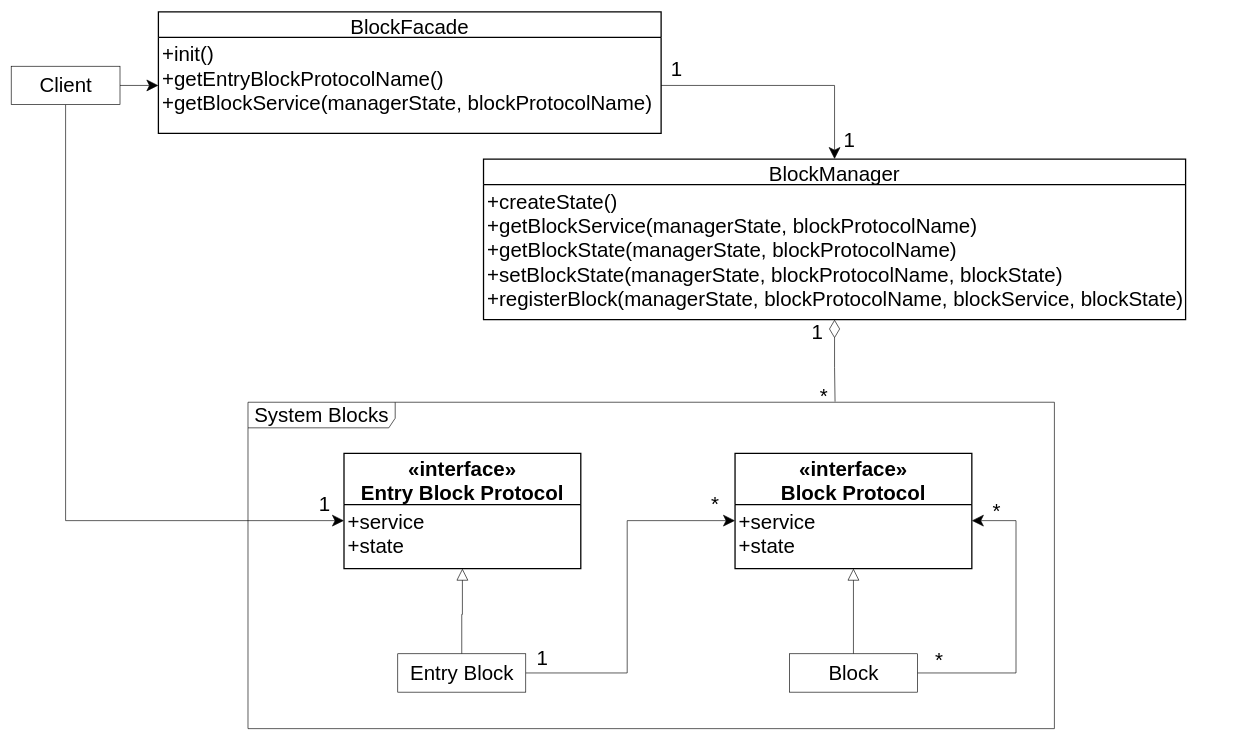
Before: packages/积木模式/role_abstract/UML.drawio in yyc-git/3DProgramPattern, a draw.io diagram. Source tidied: cells renumbered, new cells numbered last; positions are measured from the earlier drawing's top-left corner, leaving out a move shared by most shapes. Both pictures are drawn from the tidied source at 64%, with x=0, y=0 at pixel (11, 12).
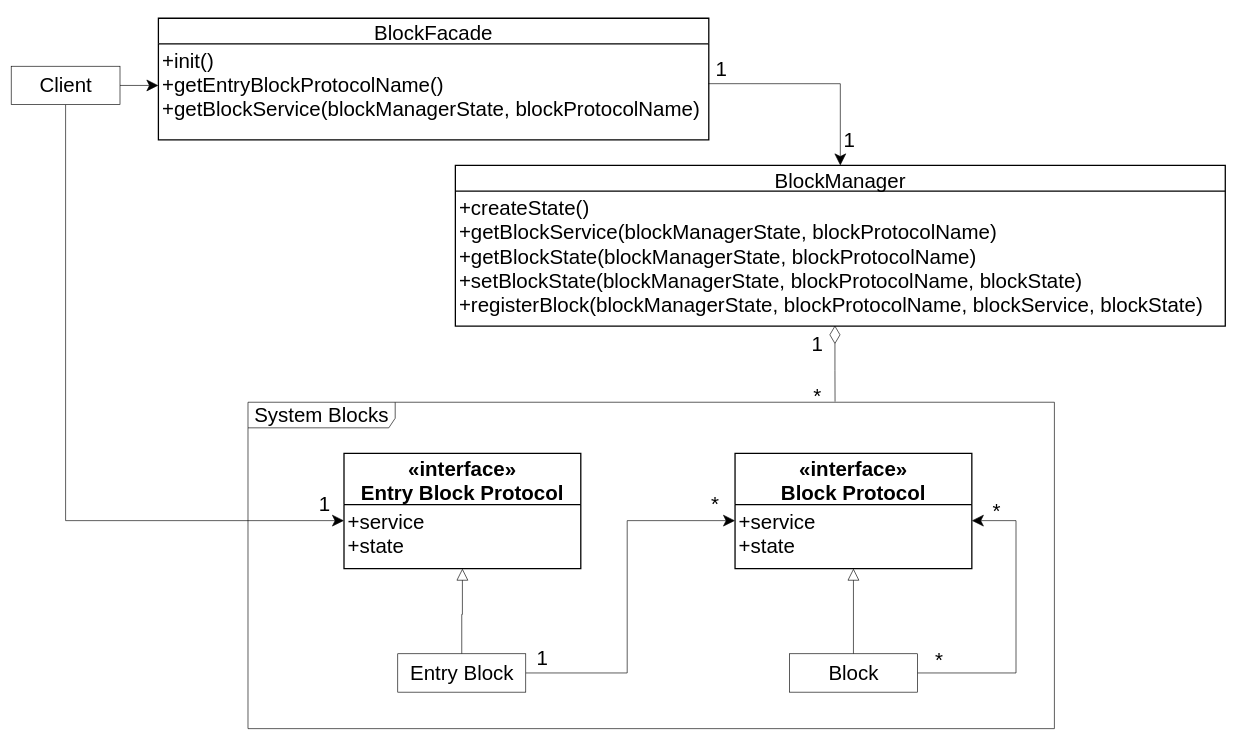
After the change.

Unchanged cells that the change refers to:
```xml
<mxCell id="2" value="&lt;font style=&quot;font-size: 32px&quot;&gt;System Blocks&lt;/font&gt;" style="shape=umlFrame;whiteSpace=wrap;html=1;width=230;height=40;fontSize=32;" parent="1" vertex="1">
  <mxGeometry x="370" y="610" width="1260" height="510" as="geometry" />
</mxCell>
<mxCell id="5" value="Client" style="html=1;fontSize=32;" parent="1" vertex="1">
  <mxGeometry y="85" width="170" height="60" as="geometry" />
</mxCell>
```

What changed in the source:
```diff
@@
+    <mxCell id="19" value="BlockFacade" style="swimlane;horizontal=1;startSize=40;rounded=0;fontSize=32;fontStyle=0;strokeWidth=2;shadow=0;dashed=0;align=center;" parent="1" vertex="1">
+      <mxGeometry x="230" y="10" width="860" height="190" as="geometry" />
+    </mxCell>
+    <mxCell id="31" value="+init()&#10;+getEntryBlockProtocolName()&#10;+getBlockService(blockManagerState, blockProtocolName)&#10;" style="align=left;strokeColor=none;fillColor=none;spacingLeft=4;fontSize=32;verticalAlign=top;" parent="19" vertex="1">
+      <mxGeometry y="40" width="860" height="150" as="geometry" />
+    </mxCell>
@@
-    <mxCell id="3" style="edgeStyle=orthogonalEdgeStyle;rounded=0;jettySize=auto;html=1;startSize=16;endSize=16;" parent="1" edge="1" source="5" target="20">
-      <mxGeometry relative="1" as="geometry" />
+    <mxCell id="3" style="edgeStyle=orthogonalEdgeStyle;rounded=0;jettySize=auto;html=1;startSize=16;endSize=16;" parent="1" edge="1" source="5">
+      <mxGeometry relative="1" as="geometry">
+        <mxPoint x="230" y="115" as="targetPoint" />
+      </mxGeometry>
     </mxCell>
@@
-    <mxCell id="9" value="BlockManager" style="swimlane;horizontal=1;startSize=40;rounded=0;fontSize=32;fontStyle=0;strokeWidth=2;shadow=0;dashed=0;align=center;" parent="1" vertex="1">
-      <mxGeometry x="738" y="230" width="1097" height="251" as="geometry" />
-    </mxCell>
-    <mxCell id="10" value="+createState()&#10;+getBlockService(managerState, blockProtocolName)&#10;+getBlockState(managerState, blockProtocolName)&#10;+setBlockState(managerState, blockProtocolName, blockState)&#10;+registerBlock(managerState, blockProtocolName, blockService, blockState)" style="align=left;strokeColor=none;fillColor=none;spacingLeft=4;fontSize=32;verticalAlign=top;" parent="9" vertex="1">
-      <mxGeometry y="40" width="1097" height="211" as="geometry" />
-    </mxCell>
@@
-    <mxCell id="18" style="edgeStyle=orthogonalEdgeStyle;rounded=0;jettySize=auto;html=1;exitX=1;exitY=0.5;exitDx=0;exitDy=0;endSize=16;startSize=16;" parent="1" edge="1" source="20" target="9">
-      <mxGeometry relative="1" as="geometry" />
+    <mxCell id="18" style="edgeStyle=orthogonalEdgeStyle;rounded=0;orthogonalLoop=1;jettySize=auto;html=1;exitX=1;exitY=0.5;exitDx=0;exitDy=0;endSize=16;startSize=16;" parent="1" edge="1">
+      <mxGeometry relative="1" as="geometry">
+        <mxPoint x="1015.5" y="115" as="sourcePoint" />
+      </mxGeometry>
     </mxCell>
-    <mxCell id="19" value="BlockFacade" style="swimlane;horizontal=1;startSize=40;rounded=0;fontSize=32;fontStyle=0;strokeWidth=2;shadow=0;dashed=0;align=center;" parent="1" vertex="1">
-      <mxGeometry x="230" width="785.5" height="190" as="geometry" />
-    </mxCell>
-    <mxCell id="20" value="+init()&#10;+getEntryBlockProtocolName()&#10;+getBlockService(managerState, blockProtocolName)&#10;" style="align=left;strokeColor=none;fillColor=none;spacingLeft=4;fontSize=32;verticalAlign=top;" parent="19" vertex="1">
-      <mxGeometry y="40" width="785.5" height="150" as="geometry" />
-    </mxCell>
-    <mxCell id="21" style="edgeStyle=orthogonalEdgeStyle;rounded=0;jettySize=auto;html=1;endSize=26;startSize=26;endArrow=none;endFill=0;startArrow=diamondThin;startFill=0;exitX=0.5;exitY=1;exitDx=0;exitDy=0;entryX=0.728;entryY=-0.002;entryDx=0;entryDy=0;entryPerimeter=0;" parent="1" edge="1" source="10" target="2">
+    <mxCell id="21" style="edgeStyle=orthogonalEdgeStyle;rounded=0;jettySize=auto;html=1;endSize=26;startSize=26;endArrow=none;endFill=0;startArrow=diamondThin;startFill=0;exitX=0.493;exitY=0.996;exitDx=0;exitDy=0;entryX=0.728;entryY=-0.002;entryDx=0;entryDy=0;entryPerimeter=0;exitPerimeter=0;" parent="1" edge="1" source="32" target="2">
       <mxGeometry relative="1" as="geometry" />
     </mxCell>
     <mxCell id="22" value="&lt;font style=&quot;font-size: 32px&quot;&gt;1&lt;/font&gt;" style="text;html=1;strokeColor=none;fillColor=none;align=center;verticalAlign=middle;whiteSpace=wrap;rounded=0;" parent="1" vertex="1">
-      <mxGeometry x="1240" y="490" width="40" height="20" as="geometry" />
+      <mxGeometry x="1240" y="510" width="40" height="20" as="geometry" />
     </mxCell>
     <mxCell id="23" value="&lt;font style=&quot;font-size: 32px&quot;&gt;*&lt;/font&gt;" style="text;html=1;strokeColor=none;fillColor=none;align=center;verticalAlign=middle;whiteSpace=wrap;rounded=0;" parent="1" vertex="1">
-      <mxGeometry x="1250" y="590" width="40" height="20" as="geometry" />
+      <mxGeometry x="1240" y="590" width="40" height="20" as="geometry" />
     </mxCell>
     <mxCell id="24" value="&lt;font style=&quot;font-size: 32px&quot;&gt;1&lt;/font&gt;" style="text;html=1;strokeColor=none;fillColor=none;align=center;verticalAlign=middle;whiteSpace=wrap;rounded=0;" parent="1" vertex="1">
-      <mxGeometry x="1020" y="80" width="40" height="20" as="geometry" />
+      <mxGeometry x="1090" y="80" width="40" height="20" as="geometry" />
     </mxCell>
@@
+    <mxCell id="9" value="BlockManager" style="swimlane;horizontal=1;startSize=40;rounded=0;fontSize=32;fontStyle=0;strokeWidth=2;shadow=0;dashed=0;align=center;" parent="1" vertex="1">
+      <mxGeometry x="694" y="240" width="1203" height="251" as="geometry" />
+    </mxCell>
+    <mxCell id="32" value="+createState()&#10;+getBlockService(blockManagerState, blockProtocolName)&#10;+getBlockState(blockManagerState, blockProtocolName)&#10;+setBlockState(blockManagerState, blockProtocolName, blockState)&#10;+registerBlock(blockManagerState, blockProtocolName, blockService, blockState)" style="align=left;strokeColor=none;fillColor=none;spacingLeft=4;fontSize=32;verticalAlign=top;" parent="9" vertex="1">
+      <mxGeometry y="40" width="1203" height="211" as="geometry" />
+    </mxCell>
+    <mxCell id="33" style="edgeStyle=orthogonalEdgeStyle;rounded=0;jettySize=auto;html=1;entryX=0.5;entryY=0;entryDx=0;entryDy=0;exitX=0.999;exitY=0.415;exitDx=0;exitDy=0;exitPerimeter=0;endSize=16;startSize=16;" parent="1" edge="1" source="31" target="9">
+      <mxGeometry relative="1" as="geometry">
+        <Array as="points">
+          <mxPoint x="1296" y="112" />
+        </Array>
+      </mxGeometry>
+    </mxCell>
```
